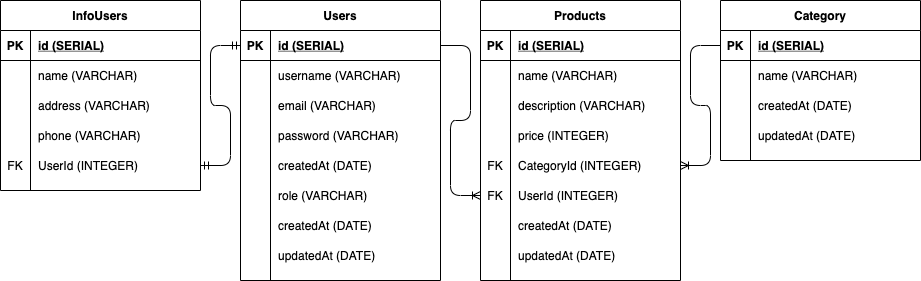
Before: schema.png, a diagram exported from draw.io (samuelmtthw/yamahal). Source tidied: cells renumbered, new cells last; positions are measured from the earlier drawing's top-left corner, leaving out a move shared by most shapes. Its diagram source:
```xml
<mxGraphModel>
  <root>
    <mxCell id="0" />
    <mxCell id="1" parent="0" />
    <mxCell id="2" value="Users" style="shape=table;startSize=30;rowLines=0;fontStyle=1;align=center;" parent="1" vertex="1">
      <mxGeometry x="240" width="200" height="280" as="geometry" />
    </mxCell>
    <mxCell id="3" style="shape=partialRectangle;fillColor=none;top=0;left=0;bottom=1;right=0;points=[[0,0.5],[1,0.5]];portConstraint=eastwest;" parent="2" vertex="1">
      <mxGeometry y="30" width="200" height="30" as="geometry" />
    </mxCell>
    <mxCell id="4" value="PK" style="shape=partialRectangle;fillColor=none;top=0;left=0;bottom=0;right=0;fontStyle=1;overflow=hidden;" parent="3" vertex="1">
      <mxGeometry width="30" height="30" as="geometry" />
    </mxCell>
    <mxCell id="5" value="id (SERIAL)" style="shape=partialRectangle;fillColor=none;top=0;left=0;bottom=0;right=0;align=left;spacingLeft=6;fontStyle=5;overflow=hidden;" parent="3" vertex="1">
      <mxGeometry x="30" width="170" height="30" as="geometry" />
    </mxCell>
    <mxCell id="6" style="shape=partialRectangle;fillColor=none;top=0;left=0;bottom=0;right=0;" parent="2" vertex="1">
      <mxGeometry y="60" width="200" height="30" as="geometry" />
    </mxCell>
    <mxCell id="7" style="shape=partialRectangle;fillColor=none;top=0;left=0;bottom=0;right=0;overflow=hidden;" parent="6" vertex="1">
      <mxGeometry width="30" height="30" as="geometry" />
    </mxCell>
    <mxCell id="8" value="username (VARCHAR)" style="shape=partialRectangle;fillColor=none;top=0;left=0;bottom=0;right=0;align=left;spacingLeft=6;overflow=hidden;" parent="6" vertex="1">
      <mxGeometry x="30" width="170" height="30" as="geometry" />
    </mxCell>
    <mxCell id="9" style="shape=partialRectangle;fillColor=none;top=0;left=0;bottom=0;right=0;" parent="2" vertex="1">
      <mxGeometry y="90" width="200" height="30" as="geometry" />
    </mxCell>
    <mxCell id="10" style="shape=partialRectangle;fillColor=none;top=0;left=0;bottom=0;right=0;overflow=hidden;" parent="9" vertex="1">
      <mxGeometry width="30" height="30" as="geometry" />
    </mxCell>
    <mxCell id="11" value="email (VARCHAR)" style="shape=partialRectangle;fillColor=none;top=0;left=0;bottom=0;right=0;align=left;spacingLeft=6;overflow=hidden;" parent="9" vertex="1">
      <mxGeometry x="30" width="170" height="30" as="geometry" />
    </mxCell>
    <mxCell id="12" style="shape=partialRectangle;fillColor=none;top=0;left=0;bottom=0;right=0;" parent="2" vertex="1">
      <mxGeometry y="120" width="200" height="30" as="geometry" />
    </mxCell>
    <mxCell id="13" style="shape=partialRectangle;fillColor=none;top=0;left=0;bottom=0;right=0;overflow=hidden;" parent="12" vertex="1">
      <mxGeometry width="30" height="30" as="geometry" />
    </mxCell>
    <mxCell id="14" value="password (VARCHAR)" style="shape=partialRectangle;fillColor=none;top=0;left=0;bottom=0;right=0;align=left;spacingLeft=6;overflow=hidden;" parent="12" vertex="1">
      <mxGeometry x="30" width="170" height="30" as="geometry" />
    </mxCell>
    <mxCell id="15" style="shape=partialRectangle;fillColor=none;top=0;left=0;bottom=0;right=0;" parent="2" vertex="1">
      <mxGeometry y="150" width="200" height="30" as="geometry" />
    </mxCell>
    <mxCell id="16" style="shape=partialRectangle;fillColor=none;top=0;left=0;bottom=0;right=0;overflow=hidden;" parent="15" vertex="1">
      <mxGeometry width="30" height="30" as="geometry" />
    </mxCell>
    <mxCell id="17" value="createdAt (DATE)" style="shape=partialRectangle;fillColor=none;top=0;left=0;bottom=0;right=0;align=left;spacingLeft=6;overflow=hidden;" parent="15" vertex="1">
      <mxGeometry x="30" width="170" height="30" as="geometry" />
    </mxCell>
    <mxCell id="18" style="shape=partialRectangle;fillColor=none;top=0;left=0;bottom=0;right=0;" parent="2" vertex="1">
      <mxGeometry y="180" width="200" height="30" as="geometry" />
    </mxCell>
    <mxCell id="19" style="shape=partialRectangle;fillColor=none;top=0;left=0;bottom=0;right=0;overflow=hidden;" parent="18" vertex="1">
      <mxGeometry width="30" height="30" as="geometry" />
    </mxCell>
    <mxCell id="20" value="role (VARCHAR)" style="shape=partialRectangle;fillColor=none;top=0;left=0;bottom=0;right=0;align=left;spacingLeft=6;overflow=hidden;" parent="18" vertex="1">
      <mxGeometry x="30" width="170" height="30" as="geometry" />
    </mxCell>
    <mxCell id="21" style="shape=partialRectangle;fillColor=none;top=0;left=0;bottom=0;right=0;" parent="2" vertex="1">
      <mxGeometry y="210" width="200" height="30" as="geometry" />
    </mxCell>
    <mxCell id="22" style="shape=partialRectangle;fillColor=none;top=0;left=0;bottom=0;right=0;overflow=hidden;" parent="21" vertex="1">
      <mxGeometry width="30" height="30" as="geometry" />
    </mxCell>
    <mxCell id="23" value="createdAt (DATE)" style="shape=partialRectangle;fillColor=none;top=0;left=0;bottom=0;right=0;align=left;spacingLeft=6;overflow=hidden;" parent="21" vertex="1">
      <mxGeometry x="30" width="170" height="30" as="geometry" />
    </mxCell>
    <mxCell id="24" style="shape=partialRectangle;fillColor=none;top=0;left=0;bottom=0;right=0;" parent="2" vertex="1">
      <mxGeometry y="240" width="200" height="30" as="geometry" />
    </mxCell>
    <mxCell id="25" style="shape=partialRectangle;fillColor=none;top=0;left=0;bottom=0;right=0;overflow=hidden;" parent="24" vertex="1">
      <mxGeometry width="30" height="30" as="geometry" />
    </mxCell>
    <mxCell id="26" value="updatedAt (DATE)" style="shape=partialRectangle;fillColor=none;top=0;left=0;bottom=0;right=0;align=left;spacingLeft=6;overflow=hidden;" parent="24" vertex="1">
      <mxGeometry x="30" width="170" height="30" as="geometry" />
    </mxCell>
    <mxCell id="27" value="Products" style="shape=table;startSize=30;rowLines=0;fontStyle=1;align=center;" parent="1" vertex="1">
      <mxGeometry x="480" width="200" height="280" as="geometry" />
    </mxCell>
    <mxCell id="28" style="shape=partialRectangle;fillColor=none;top=0;left=0;bottom=1;right=0;" parent="27" vertex="1">
      <mxGeometry y="30" width="200" height="30" as="geometry" />
    </mxCell>
    <mxCell id="29" value="PK" style="shape=partialRectangle;fillColor=none;top=0;left=0;bottom=0;right=0;fontStyle=1;overflow=hidden;" parent="28" vertex="1">
      <mxGeometry width="30" height="30" as="geometry" />
    </mxCell>
    <mxCell id="30" value="id (SERIAL)" style="shape=partialRectangle;fillColor=none;top=0;left=0;bottom=0;right=0;align=left;spacingLeft=6;fontStyle=5;overflow=hidden;" parent="28" vertex="1">
      <mxGeometry x="30" width="170" height="30" as="geometry" />
    </mxCell>
    <mxCell id="31" style="shape=partialRectangle;fillColor=none;top=0;left=0;bottom=0;right=0;" parent="27" vertex="1">
      <mxGeometry y="60" width="200" height="30" as="geometry" />
    </mxCell>
    <mxCell id="32" style="shape=partialRectangle;fillColor=none;top=0;left=0;bottom=0;right=0;overflow=hidden;" parent="31" vertex="1">
      <mxGeometry width="30" height="30" as="geometry" />
    </mxCell>
    <mxCell id="33" value="name (VARCHAR)" style="shape=partialRectangle;fillColor=none;top=0;left=0;bottom=0;right=0;align=left;spacingLeft=6;overflow=hidden;" parent="31" vertex="1">
      <mxGeometry x="30" width="170" height="30" as="geometry" />
    </mxCell>
    <mxCell id="34" style="shape=partialRectangle;fillColor=none;top=0;left=0;bottom=0;right=0;" parent="27" vertex="1">
      <mxGeometry y="90" width="200" height="30" as="geometry" />
    </mxCell>
    <mxCell id="35" style="shape=partialRectangle;fillColor=none;top=0;left=0;bottom=0;right=0;overflow=hidden;" parent="34" vertex="1">
      <mxGeometry width="30" height="30" as="geometry" />
    </mxCell>
    <mxCell id="36" value="description (VARCHAR)" style="shape=partialRectangle;fillColor=none;top=0;left=0;bottom=0;right=0;align=left;spacingLeft=6;overflow=hidden;" parent="34" vertex="1">
      <mxGeometry x="30" width="170" height="30" as="geometry" />
    </mxCell>
    <mxCell id="37" style="shape=partialRectangle;fillColor=none;top=0;left=0;bottom=0;right=0;" parent="27" vertex="1">
      <mxGeometry y="120" width="200" height="30" as="geometry" />
    </mxCell>
    <mxCell id="38" style="shape=partialRectangle;fillColor=none;top=0;left=0;bottom=0;right=0;overflow=hidden;" parent="37" vertex="1">
      <mxGeometry width="30" height="30" as="geometry" />
    </mxCell>
    <mxCell id="39" value="price (INTEGER)" style="shape=partialRectangle;fillColor=none;top=0;left=0;bottom=0;right=0;align=left;spacingLeft=6;overflow=hidden;" parent="37" vertex="1">
      <mxGeometry x="30" width="170" height="30" as="geometry" />
    </mxCell>
    <mxCell id="40" style="shape=partialRectangle;fillColor=none;top=0;left=0;bottom=0;right=0;points=[[0,0.5],[1,0.5]];portConstraint=eastwest;" parent="27" vertex="1">
      <mxGeometry y="150" width="200" height="30" as="geometry" />
    </mxCell>
    <mxCell id="41" value="FK" style="shape=partialRectangle;fillColor=none;top=0;left=0;bottom=0;right=0;overflow=hidden;" parent="40" vertex="1">
      <mxGeometry width="30" height="30" as="geometry" />
    </mxCell>
    <mxCell id="42" value="CategoryId (INTEGER)" style="shape=partialRectangle;fillColor=none;top=0;left=0;bottom=0;right=0;align=left;spacingLeft=6;overflow=hidden;" parent="40" vertex="1">
      <mxGeometry x="30" width="170" height="30" as="geometry" />
    </mxCell>
    <mxCell id="43" style="shape=partialRectangle;fillColor=none;top=0;left=0;bottom=0;right=0;points=[[0,0.5],[1,0.5]];portConstraint=eastwest;" parent="27" vertex="1">
      <mxGeometry y="180" width="200" height="30" as="geometry" />
    </mxCell>
    <mxCell id="44" value="FK" style="shape=partialRectangle;fillColor=none;top=0;left=0;bottom=0;right=0;overflow=hidden;" parent="43" vertex="1">
      <mxGeometry width="30" height="30" as="geometry" />
    </mxCell>
    <mxCell id="45" value="UserId (INTEGER)" style="shape=partialRectangle;fillColor=none;top=0;left=0;bottom=0;right=0;align=left;spacingLeft=6;overflow=hidden;" parent="43" vertex="1">
      <mxGeometry x="30" width="170" height="30" as="geometry" />
    </mxCell>
    <mxCell id="46" style="shape=partialRectangle;fillColor=none;top=0;left=0;bottom=0;right=0;" parent="27" vertex="1">
      <mxGeometry y="210" width="200" height="30" as="geometry" />
    </mxCell>
    <mxCell id="47" style="shape=partialRectangle;fillColor=none;top=0;left=0;bottom=0;right=0;overflow=hidden;" parent="46" vertex="1">
      <mxGeometry width="30" height="30" as="geometry" />
    </mxCell>
    <mxCell id="48" value="createdAt (DATE)" style="shape=partialRectangle;fillColor=none;top=0;left=0;bottom=0;right=0;align=left;spacingLeft=6;overflow=hidden;" parent="46" vertex="1">
      <mxGeometry x="30" width="170" height="30" as="geometry" />
    </mxCell>
    <mxCell id="49" style="shape=partialRectangle;fillColor=none;top=0;left=0;bottom=0;right=0;" parent="27" vertex="1">
      <mxGeometry y="240" width="200" height="30" as="geometry" />
    </mxCell>
    <mxCell id="50" style="shape=partialRectangle;fillColor=none;top=0;left=0;bottom=0;right=0;overflow=hidden;" parent="49" vertex="1">
      <mxGeometry width="30" height="30" as="geometry" />
    </mxCell>
    <mxCell id="51" value="updatedAt (DATE)" style="shape=partialRectangle;fillColor=none;top=0;left=0;bottom=0;right=0;align=left;spacingLeft=6;overflow=hidden;" parent="49" vertex="1">
      <mxGeometry x="30" width="170" height="30" as="geometry" />
    </mxCell>
    <mxCell id="52" value="InfoUsers" style="shape=table;startSize=30;rowLines=0;fontStyle=1;align=center;" parent="1" vertex="1">
      <mxGeometry width="200" height="190" as="geometry" />
    </mxCell>
    <mxCell id="53" style="shape=partialRectangle;fillColor=none;top=0;left=0;bottom=1;right=0;" parent="52" vertex="1">
      <mxGeometry y="30" width="200" height="30" as="geometry" />
    </mxCell>
    <mxCell id="54" value="PK" style="shape=partialRectangle;fillColor=none;top=0;left=0;bottom=0;right=0;fontStyle=1;overflow=hidden;" parent="53" vertex="1">
      <mxGeometry width="30" height="30" as="geometry" />
    </mxCell>
    <mxCell id="55" value="id (SERIAL)" style="shape=partialRectangle;fillColor=none;top=0;left=0;bottom=0;right=0;align=left;spacingLeft=6;fontStyle=5;overflow=hidden;" parent="53" vertex="1">
      <mxGeometry x="30" width="170" height="30" as="geometry" />
    </mxCell>
    <mxCell id="56" style="shape=partialRectangle;fillColor=none;top=0;left=0;bottom=0;right=0;" parent="52" vertex="1">
      <mxGeometry y="60" width="200" height="30" as="geometry" />
    </mxCell>
    <mxCell id="57" style="shape=partialRectangle;fillColor=none;top=0;left=0;bottom=0;right=0;overflow=hidden;" parent="56" vertex="1">
      <mxGeometry width="30" height="30" as="geometry" />
    </mxCell>
    <mxCell id="58" value="name (VARCHAR)" style="shape=partialRectangle;fillColor=none;top=0;left=0;bottom=0;right=0;align=left;spacingLeft=6;overflow=hidden;" parent="56" vertex="1">
      <mxGeometry x="30" width="170" height="30" as="geometry" />
    </mxCell>
    <mxCell id="59" style="shape=partialRectangle;fillColor=none;top=0;left=0;bottom=0;right=0;" parent="52" vertex="1">
      <mxGeometry y="90" width="200" height="30" as="geometry" />
    </mxCell>
    <mxCell id="60" style="shape=partialRectangle;fillColor=none;top=0;left=0;bottom=0;right=0;overflow=hidden;" parent="59" vertex="1">
      <mxGeometry width="30" height="30" as="geometry" />
    </mxCell>
    <mxCell id="61" value="address (VARCHAR)" style="shape=partialRectangle;fillColor=none;top=0;left=0;bottom=0;right=0;align=left;spacingLeft=6;overflow=hidden;" parent="59" vertex="1">
      <mxGeometry x="30" width="170" height="30" as="geometry" />
    </mxCell>
    <mxCell id="62" style="shape=partialRectangle;fillColor=none;top=0;left=0;bottom=0;right=0;" parent="52" vertex="1">
      <mxGeometry y="120" width="200" height="30" as="geometry" />
    </mxCell>
    <mxCell id="63" style="shape=partialRectangle;fillColor=none;top=0;left=0;bottom=0;right=0;overflow=hidden;" parent="62" vertex="1">
      <mxGeometry width="30" height="30" as="geometry" />
    </mxCell>
    <mxCell id="64" value="phone (VARCHAR)" style="shape=partialRectangle;fillColor=none;top=0;left=0;bottom=0;right=0;align=left;spacingLeft=6;overflow=hidden;" parent="62" vertex="1">
      <mxGeometry x="30" width="170" height="30" as="geometry" />
    </mxCell>
    <mxCell id="65" style="shape=partialRectangle;fillColor=none;top=0;left=0;bottom=0;right=0;points=[[0,0.5],[1,0.5]];portConstraint=eastwest;" parent="52" vertex="1">
      <mxGeometry y="150" width="200" height="30" as="geometry" />
    </mxCell>
    <mxCell id="66" value="FK" style="shape=partialRectangle;fillColor=none;top=0;left=0;bottom=0;right=0;overflow=hidden;" parent="65" vertex="1">
      <mxGeometry width="30" height="30" as="geometry" />
    </mxCell>
    <mxCell id="67" value="UserId (INTEGER)" style="shape=partialRectangle;fillColor=none;top=0;left=0;bottom=0;right=0;align=left;spacingLeft=6;overflow=hidden;" parent="65" vertex="1">
      <mxGeometry x="30" width="170" height="30" as="geometry" />
    </mxCell>
    <mxCell id="68" style="edgeStyle=entityRelationEdgeStyle;fontSize=12;html=1;endArrow=ERmandOne;startArrow=ERmandOne;exitX=1;exitY=0.5;exitDx=0;exitDy=0;entryX=0;entryY=0.5;entryDx=0;entryDy=0;" parent="1" edge="1" source="65" target="3">
      <mxGeometry relative="1" as="geometry" />
    </mxCell>
    <mxCell id="69" value="Category" style="shape=table;startSize=30;rowLines=0;fontStyle=1;align=center;" parent="1" vertex="1">
      <mxGeometry x="720" width="200" height="160" as="geometry" />
    </mxCell>
    <mxCell id="70" style="shape=partialRectangle;fillColor=none;top=0;left=0;bottom=1;right=0;points=[[0,0.5],[1,0.5]];portConstraint=eastwest;" parent="69" vertex="1">
      <mxGeometry y="30" width="200" height="30" as="geometry" />
    </mxCell>
    <mxCell id="71" value="PK" style="shape=partialRectangle;fillColor=none;top=0;left=0;bottom=0;right=0;fontStyle=1;overflow=hidden;" parent="70" vertex="1">
      <mxGeometry width="30" height="30" as="geometry" />
    </mxCell>
    <mxCell id="72" value="id (SERIAL)" style="shape=partialRectangle;fillColor=none;top=0;left=0;bottom=0;right=0;align=left;spacingLeft=6;fontStyle=5;overflow=hidden;" parent="70" vertex="1">
      <mxGeometry x="30" width="170" height="30" as="geometry" />
    </mxCell>
    <mxCell id="73" style="shape=partialRectangle;fillColor=none;top=0;left=0;bottom=0;right=0;" parent="69" vertex="1">
      <mxGeometry y="60" width="200" height="30" as="geometry" />
    </mxCell>
    <mxCell id="74" style="shape=partialRectangle;fillColor=none;top=0;left=0;bottom=0;right=0;overflow=hidden;" parent="73" vertex="1">
      <mxGeometry width="30" height="30" as="geometry" />
    </mxCell>
    <mxCell id="75" value="name (VARCHAR)" style="shape=partialRectangle;fillColor=none;top=0;left=0;bottom=0;right=0;align=left;spacingLeft=6;overflow=hidden;" parent="73" vertex="1">
      <mxGeometry x="30" width="170" height="30" as="geometry" />
    </mxCell>
    <mxCell id="76" style="shape=partialRectangle;fillColor=none;top=0;left=0;bottom=0;right=0;" parent="69" vertex="1">
      <mxGeometry y="90" width="200" height="30" as="geometry" />
    </mxCell>
    <mxCell id="77" style="shape=partialRectangle;fillColor=none;top=0;left=0;bottom=0;right=0;overflow=hidden;" parent="76" vertex="1">
      <mxGeometry width="30" height="30" as="geometry" />
    </mxCell>
    <mxCell id="78" value="createdAt (DATE)" style="shape=partialRectangle;fillColor=none;top=0;left=0;bottom=0;right=0;align=left;spacingLeft=6;overflow=hidden;" parent="76" vertex="1">
      <mxGeometry x="30" width="170" height="30" as="geometry" />
    </mxCell>
    <mxCell id="79" style="shape=partialRectangle;fillColor=none;top=0;left=0;bottom=0;right=0;" parent="69" vertex="1">
      <mxGeometry y="120" width="200" height="30" as="geometry" />
    </mxCell>
    <mxCell id="80" style="shape=partialRectangle;fillColor=none;top=0;left=0;bottom=0;right=0;overflow=hidden;" parent="79" vertex="1">
      <mxGeometry width="30" height="30" as="geometry" />
    </mxCell>
    <mxCell id="81" value="updatedAt (DATE)" style="shape=partialRectangle;fillColor=none;top=0;left=0;bottom=0;right=0;align=left;spacingLeft=6;overflow=hidden;" parent="79" vertex="1">
      <mxGeometry x="30" width="170" height="30" as="geometry" />
    </mxCell>
    <mxCell id="82" style="edgeStyle=entityRelationEdgeStyle;fontSize=12;html=1;endArrow=ERoneToMany;exitX=1;exitY=0.5;exitDx=0;exitDy=0;entryX=0;entryY=0.5;entryDx=0;entryDy=0;" parent="1" edge="1" source="3" target="43">
      <mxGeometry relative="1" as="geometry" />
    </mxCell>
    <mxCell id="83" style="edgeStyle=entityRelationEdgeStyle;fontSize=12;html=1;endArrow=ERoneToMany;exitX=0;exitY=0.5;exitDx=0;exitDy=0;entryX=1;entryY=0.5;entryDx=0;entryDy=0;" parent="1" edge="1" source="70" target="40">
      <mxGeometry relative="1" as="geometry" />
    </mxCell>
  </root>
</mxGraphModel>
```
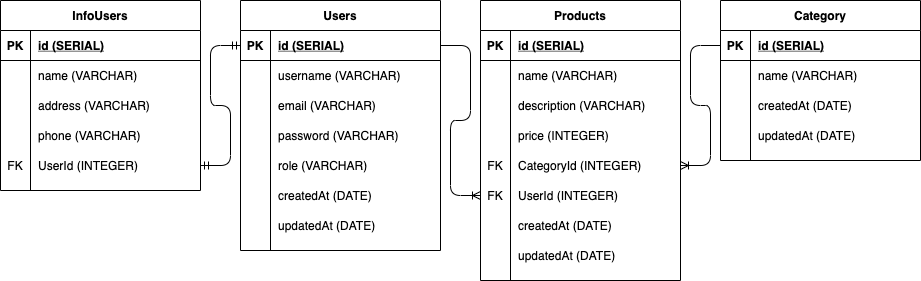
Later version of the same file.

The edit, as a diff of the source:
```diff
@@ -3,7 +3,7 @@
     <mxCell id="0" />
     <mxCell id="1" parent="0" />
     <mxCell id="2" value="Users" style="shape=table;startSize=30;rowLines=0;fontStyle=1;align=center;" parent="1" vertex="1">
-      <mxGeometry x="240" width="200" height="280" as="geometry" />
+      <mxGeometry x="240" width="200" height="250" as="geometry" />
     </mxCell>
     <mxCell id="3" style="shape=partialRectangle;fillColor=none;top=0;left=0;bottom=1;right=0;points=[[0,0.5],[1,0.5]];portConstraint=eastwest;" parent="2" vertex="1">
       <mxGeometry y="30" width="200" height="30" as="geometry" />
@@ -41,17 +41,8 @@
     <mxCell id="14" value="password (VARCHAR)" style="shape=partialRectangle;fillColor=none;top=0;left=0;bottom=0;right=0;align=left;spacingLeft=6;overflow=hidden;" parent="12" vertex="1">
       <mxGeometry x="30" width="170" height="30" as="geometry" />
     </mxCell>
-    <mxCell id="15" style="shape=partialRectangle;fillColor=none;top=0;left=0;bottom=0;right=0;" parent="2" vertex="1">
-      <mxGeometry y="150" width="200" height="30" as="geometry" />
-    </mxCell>
-    <mxCell id="16" style="shape=partialRectangle;fillColor=none;top=0;left=0;bottom=0;right=0;overflow=hidden;" parent="15" vertex="1">
-      <mxGeometry width="30" height="30" as="geometry" />
-    </mxCell>
-    <mxCell id="17" value="createdAt (DATE)" style="shape=partialRectangle;fillColor=none;top=0;left=0;bottom=0;right=0;align=left;spacingLeft=6;overflow=hidden;" parent="15" vertex="1">
-      <mxGeometry x="30" width="170" height="30" as="geometry" />
-    </mxCell>
     <mxCell id="18" style="shape=partialRectangle;fillColor=none;top=0;left=0;bottom=0;right=0;" parent="2" vertex="1">
-      <mxGeometry y="180" width="200" height="30" as="geometry" />
+      <mxGeometry y="150" width="200" height="30" as="geometry" />
     </mxCell>
     <mxCell id="19" style="shape=partialRectangle;fillColor=none;top=0;left=0;bottom=0;right=0;overflow=hidden;" parent="18" vertex="1">
       <mxGeometry width="30" height="30" as="geometry" />
@@ -60,7 +51,7 @@
       <mxGeometry x="30" width="170" height="30" as="geometry" />
     </mxCell>
     <mxCell id="21" style="shape=partialRectangle;fillColor=none;top=0;left=0;bottom=0;right=0;" parent="2" vertex="1">
-      <mxGeometry y="210" width="200" height="30" as="geometry" />
+      <mxGeometry y="180" width="200" height="30" as="geometry" />
     </mxCell>
     <mxCell id="22" style="shape=partialRectangle;fillColor=none;top=0;left=0;bottom=0;right=0;overflow=hidden;" parent="21" vertex="1">
       <mxGeometry width="30" height="30" as="geometry" />
@@ -69,7 +60,7 @@
       <mxGeometry x="30" width="170" height="30" as="geometry" />
     </mxCell>
     <mxCell id="24" style="shape=partialRectangle;fillColor=none;top=0;left=0;bottom=0;right=0;" parent="2" vertex="1">
-      <mxGeometry y="240" width="200" height="30" as="geometry" />
+      <mxGeometry y="210" width="200" height="30" as="geometry" />
     </mxCell>
     <mxCell id="25" style="shape=partialRectangle;fillColor=none;top=0;left=0;bottom=0;right=0;overflow=hidden;" parent="24" vertex="1">
       <mxGeometry width="30" height="30" as="geometry" />
```
